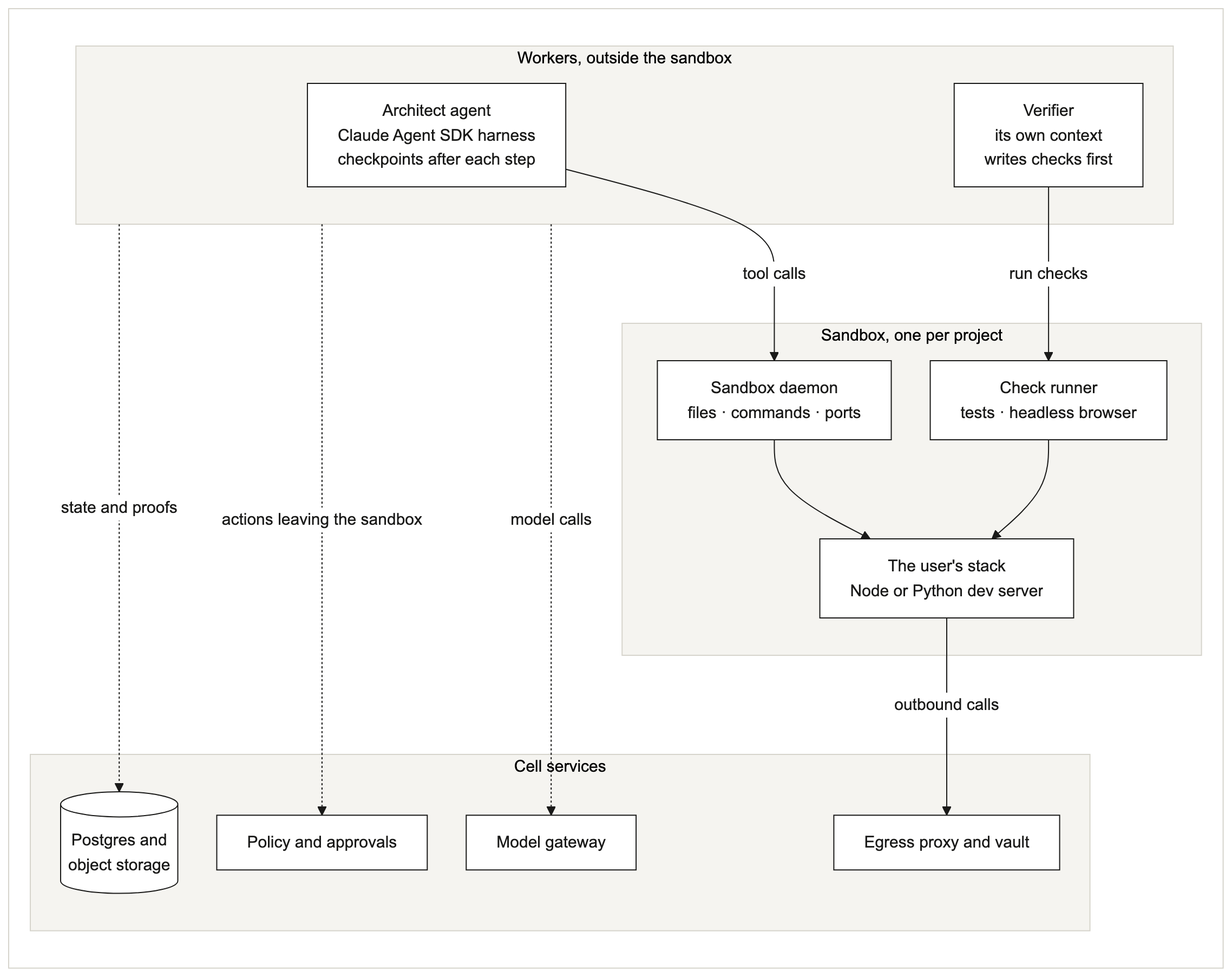
Above: docs/product/diagrams/A3-run-loop.png in netanyaj/architect-2 (Mermaid), before the change. Its source is kept beside it as docs/product/diagrams/src/A3-run-loop.mmd.
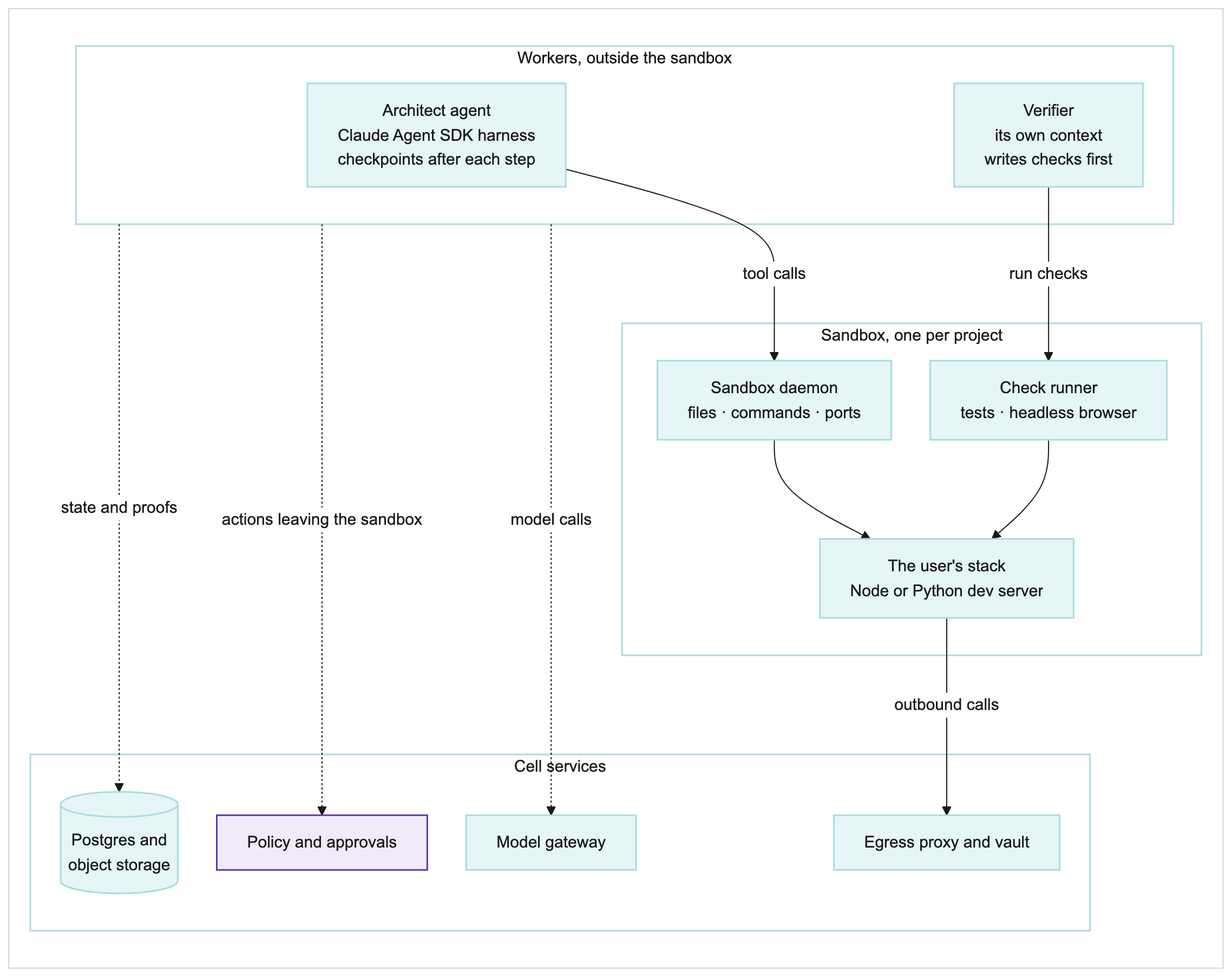
The same diagram one commit later.

The edit, as a diff of the source:
```diff
@@ -1,4 +1,4 @@
-%%{init: {"theme":"base","themeVariables":{"fontFamily":"Arial","fontSize":"15px","primaryColor":"#FFFFFF","primaryBorderColor":"#1A1A19","primaryTextColor":"#1A1A19","lineColor":"#1A1A19","secondaryColor":"#FFFFFF","tertiaryColor":"#FFFFFF","clusterBkg":"#F5F4F0","clusterBorder":"#D6D4CC","edgeLabelBackground":"#FFFFFF","actorBkg":"#FFFFFF","actorBorder":"#1A1A19","actorTextColor":"#1A1A19","actorLineColor":"#A8A69F","signalColor":"#1A1A19","signalTextColor":"#1A1A19","noteBkgColor":"#F5F4F0","noteBorderColor":"#D6D4CC","noteTextColor":"#42413D","labelBoxBkgColor":"#FFFFFF","labelBoxBorderColor":"#1A1A19","labelTextColor":"#1A1A19","loopTextColor":"#1A1A19","activationBkgColor":"#F5F4F0","activationBorderColor":"#1A1A19","sequenceNumberColor":"#FFFFFF"},"flowchart":{"curve":"basis","padding":14,"nodeSpacing":36,"rankSpacing":44}}}%%
+%%{init: {"theme":"base","themeVariables":{"fontFamily":"Arial","fontSize":"15px","primaryColor":"#FFFFFF","primaryBorderColor":"#1A1A19","primaryTextColor":"#1A1A19","lineColor":"#1A1A19","secondaryColor":"#FFFFFF","tertiaryColor":"#FFFFFF","clusterBkg":"#FFFFFF","clusterBorder":"#D6D4CC","edgeLabelBackground":"#FFFFFF","actorBkg":"#FFFFFF","actorBorder":"#1A1A19","actorTextColor":"#1A1A19","actorLineColor":"#A8A69F","signalColor":"#1A1A19","signalTextColor":"#1A1A19","noteBkgColor":"#FFFFFF","noteBorderColor":"#D6D4CC","noteTextColor":"#1A1A19","labelBoxBkgColor":"#FFFFFF","labelBoxBorderColor":"#1A1A19","labelTextColor":"#1A1A19","loopTextColor":"#1A1A19","activationBkgColor":"#F5F4F0","activationBorderColor":"#1A1A19","sequenceNumberColor":"#FFFFFF","textColor":"#1A1A19","titleColor":"#1A1A19","nodeTextColor":"#1A1A19"},"flowchart":{"curve":"basis","padding":14,"nodeSpacing":36,"rankSpacing":44}}}%%
 flowchart TB
   subgraph CARD[" "]
     direction TB
@@ -29,4 +29,15 @@
     W -. "actions leaving the sandbox" .-> PA
     W -. "state and proofs" .-> ST
   end
-  style CARD fill:#FFFFFF,stroke:#D6D4CC
+  classDef people fill:#FFFFFF,stroke:#D6D4CC,stroke-width:1.5px,color:#1A1A19
+  classDef control fill:#EEEAFB,stroke:#C9BEF2,stroke-width:1.5px,color:#1A1A19
+  classDef cell fill:#E6F5F6,stroke:#A9DCE0,stroke-width:1.5px,color:#1A1A19
+  classDef studio fill:#E8F1E6,stroke:#B7D3B0,stroke-width:1.5px,color:#1A1A19
+  classDef outside fill:#F1F0EC,stroke:#D6D4CC,stroke-width:1.5px,color:#1A1A19
+  classDef approval fill:#F0EAFA,stroke:#6236AD,stroke-width:1.5px,color:#1A1A19
+  class AA,VF,D,T,APP,MG,ST,EG cell
+  class PA approval
+  style W fill:#FFFFFF,stroke:#A9DCE0,stroke-width:1.5px,color:#1A1A19
+  style S fill:#FFFFFF,stroke:#A9DCE0,stroke-width:1.5px,color:#1A1A19
+  style C fill:#FFFFFF,stroke:#A9DCE0,stroke-width:1.5px,color:#1A1A19
+  style CARD fill:#FFFFFF,stroke:#D6D4CC,color:#1A1A19
```
